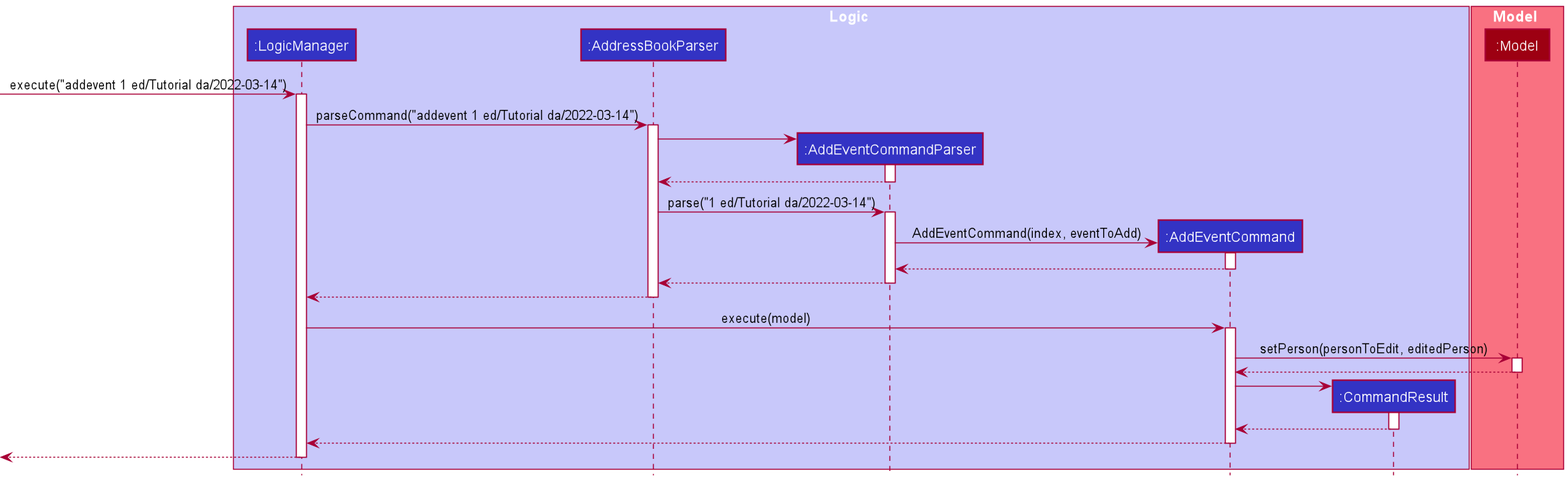
The PlantUML diagram docs/images/AddEventSequenceDiagram.png in vishandi/tp, before a commit.
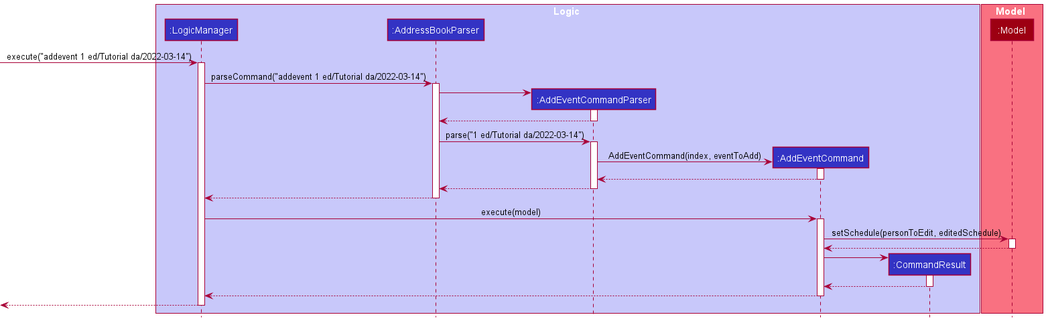
Later version of the same file.

Commit message:
Update AddEvent sequence diagram

What changed in the source:
```diff
@@ -45,7 +45,7 @@
 LogicManager -> AddEventCommand : execute(model)
 activate AddEventCommand
 
-AddEventCommand -> Model : setPerson(personToEdit, editedPerson)
+AddEventCommand -> Model : setSchedule(personToEdit, editedSchedule)
 activate Model
 
 Model --> AddEventCommand
```
